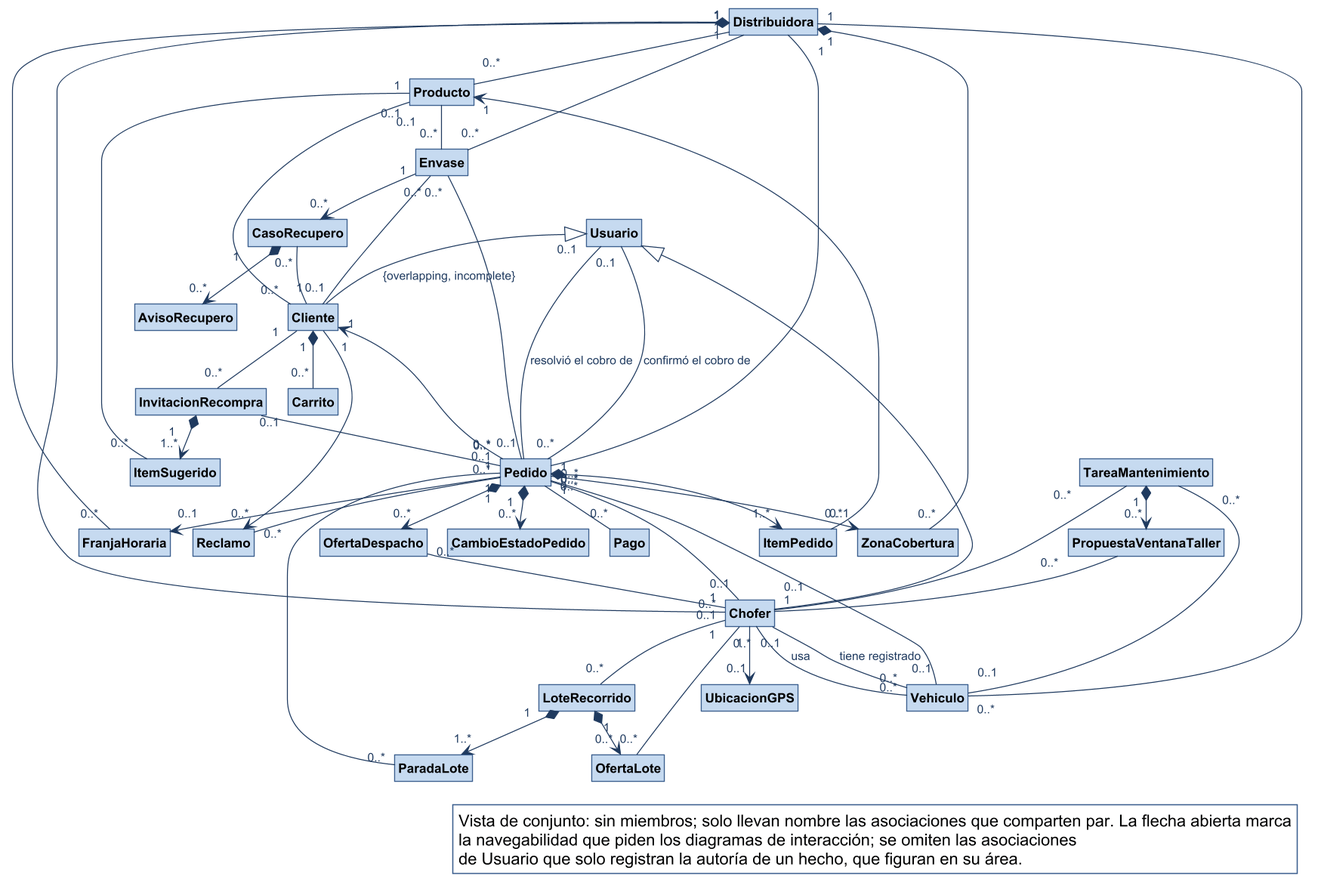
Earlier version of the PlantUML export diagramas/clases-diseno/DC_General.png (Nahuelito-Dev/splg-docs).
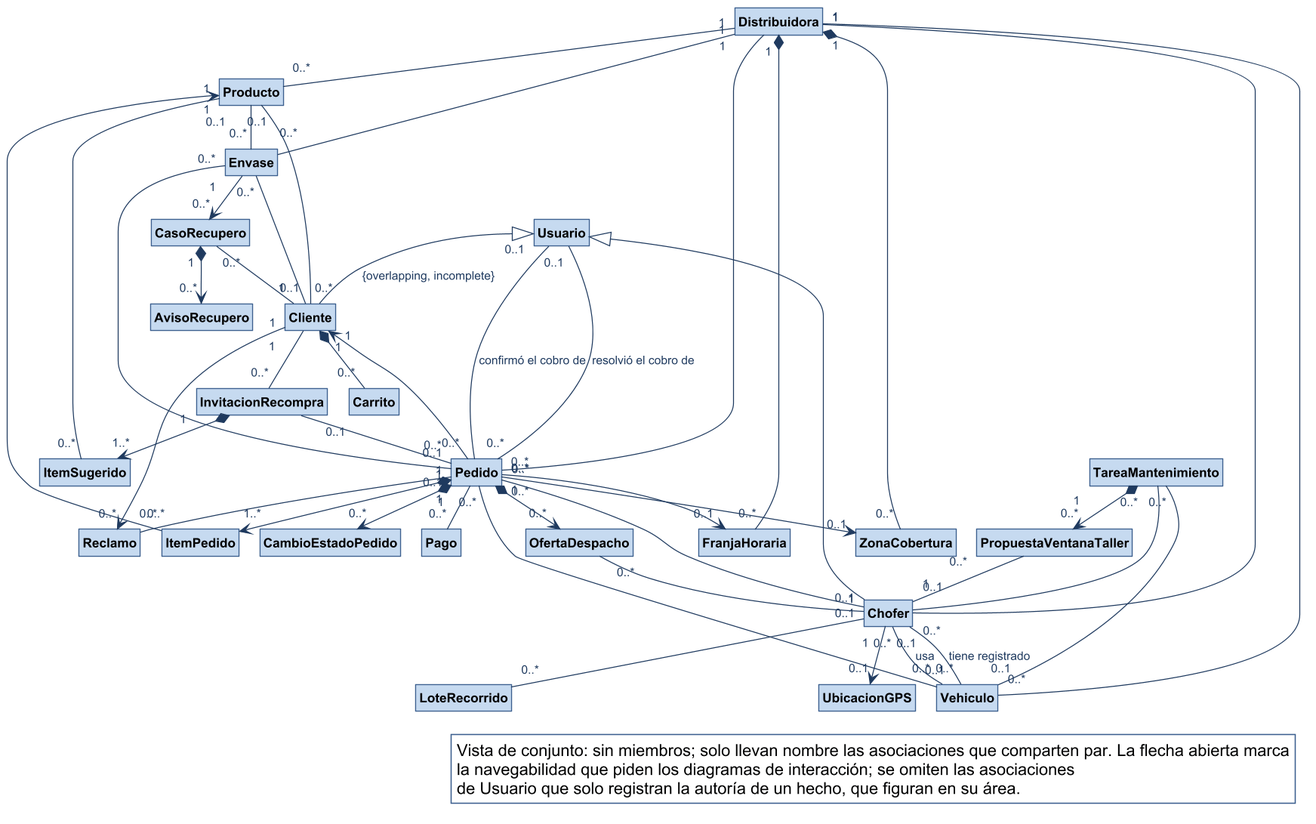
After the change.

Change to the diagram source:
```diff
@@ -47,8 +47,6 @@
 class Pago
 class OfertaDespacho
 class LoteRecorrido
-class ParadaLote
-class OfertaLote
 class Chofer
 class Vehiculo
 class TareaMantenimiento
@@ -84,10 +82,6 @@
 Pedido "1" -- "0..*" Pago
 Pedido "1" *--> "0..*" OfertaDespacho
 OfertaDespacho "0..*" -- "1" Chofer
-LoteRecorrido "1" *--> "1..*" ParadaLote
-ParadaLote "0..*" -- "1" Pedido
-LoteRecorrido "1" *--> "0..*" OfertaLote
-OfertaLote "0..*" -- "1" Chofer
 Chofer "0..1" -- "0..*" LoteRecorrido
 Chofer "0..*" -- "0..*" Vehiculo : usa
 Chofer "0..1" -- "0..*" Vehiculo : tiene registrado
```
